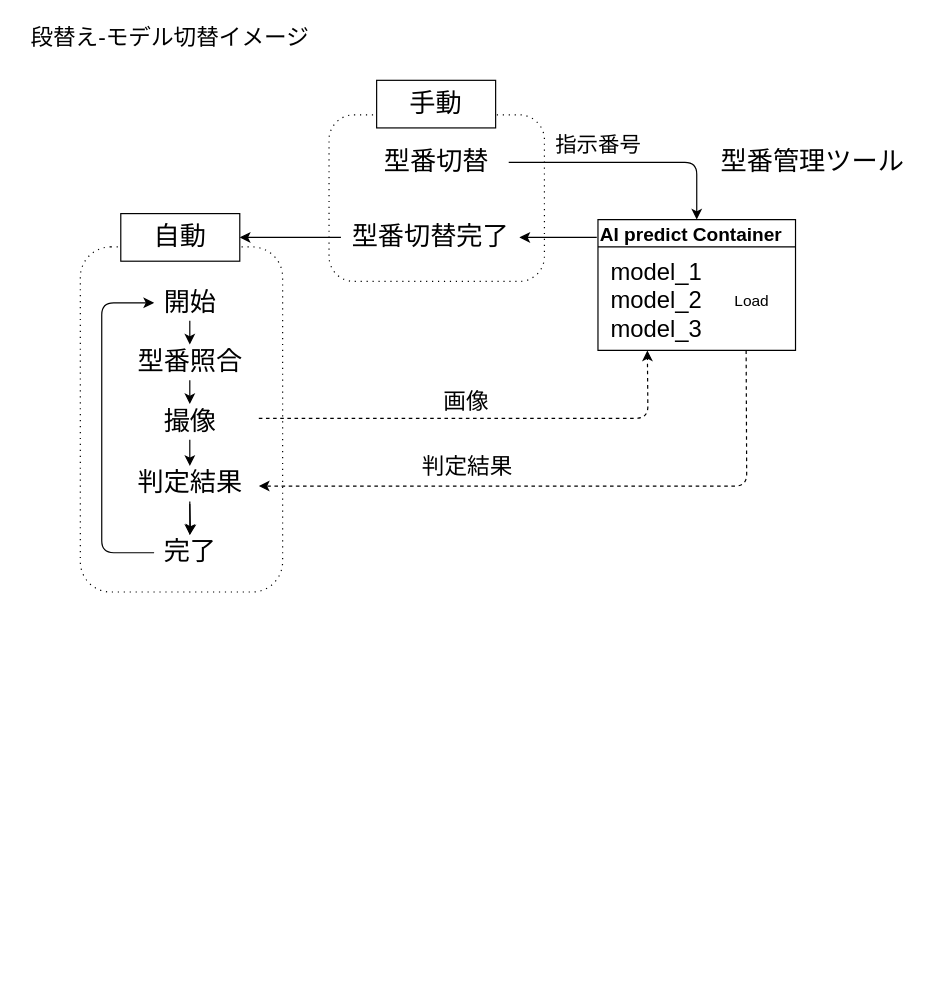
Before: images/PLC_writeイメージ.drawio in Flamingo-G/hello-world, a draw.io diagram. Source tidied: cells renumbered, new cells numbered last; positions are measured from the earlier drawing's top-left corner, leaving out a move shared by most shapes. Both pictures are drawn from the tidied source at 119%, with x=0, y=0 at pixel (20, 20).
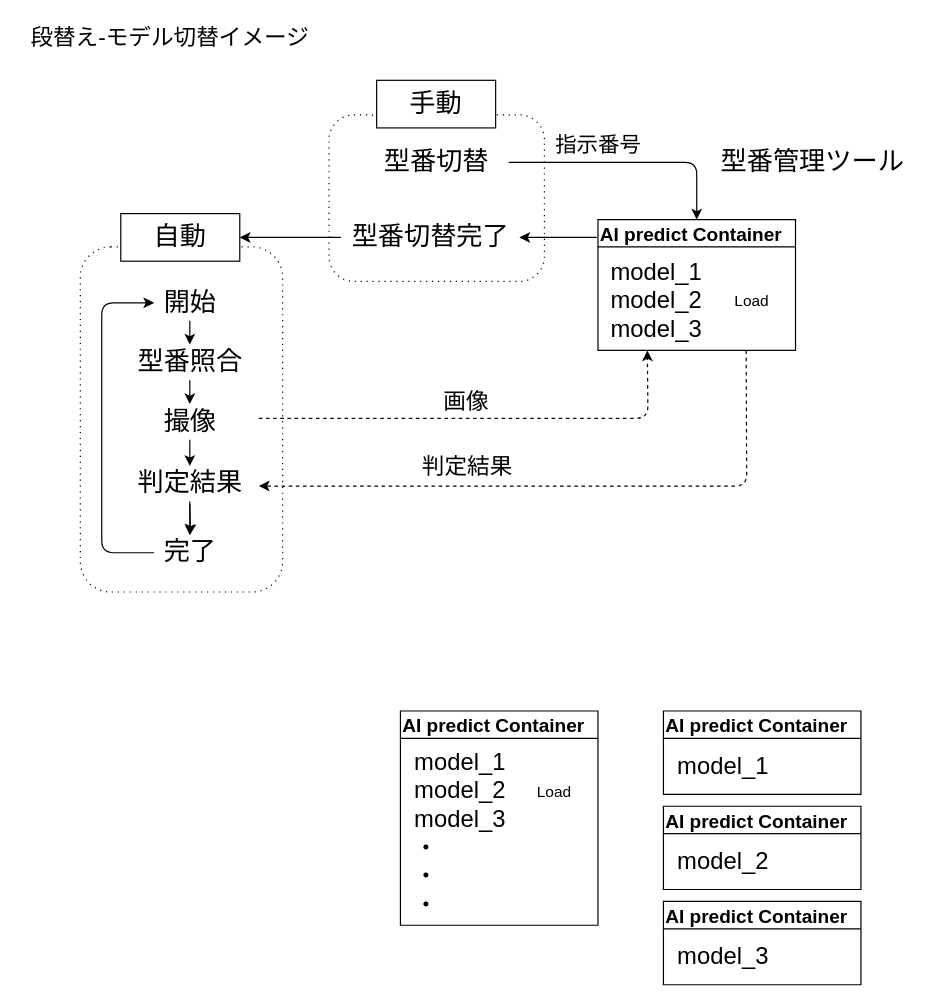
Above is the later version.

Commit message:
PLC_writeイメージ.drawio を更新します

What changed in the source:
```diff
@@
+    <mxCell id="32" value="AI predict Container" style="swimlane;fontSize=16;align=left;" parent="1" vertex="1">
+      <mxGeometry x="319" y="580" width="166" height="180" as="geometry" />
+    </mxCell>
+    <mxCell id="33" value="model_1&lt;br style=&quot;font-size: 20px&quot;&gt;model_2&lt;br style=&quot;font-size: 20px&quot;&gt;model_3&lt;br&gt;・&lt;br&gt;・&lt;br&gt;・" style="text;html=1;align=left;verticalAlign=middle;strokeColor=none;fontSize=20;" parent="32" vertex="1">
+      <mxGeometry x="10" y="27" width="90" height="150" as="geometry" />
+    </mxCell>
+    <mxCell id="34" value="Load" style="text;html=1;align=center;verticalAlign=middle;strokeColor=none;fontSize=13;" parent="32" vertex="1">
+      <mxGeometry x="109" y="58" width="40" height="20" as="geometry" />
+    </mxCell>
+    <mxCell id="35" value="AI predict Container" style="swimlane;fontSize=16;align=left;" parent="1" vertex="1">
+      <mxGeometry x="540" y="660" width="166" height="70" as="geometry" />
+    </mxCell>
+    <mxCell id="36" value="model_2" style="text;html=1;align=left;verticalAlign=middle;strokeColor=none;fontSize=20;" parent="35" vertex="1">
+      <mxGeometry x="10" y="30" width="90" height="30" as="geometry" />
+    </mxCell>
+    <mxCell id="37" value="AI predict Container" style="swimlane;fontSize=16;align=left;" parent="1" vertex="1">
+      <mxGeometry x="540" y="580" width="166" height="70" as="geometry" />
+    </mxCell>
+    <mxCell id="38" value="model_1" style="text;html=1;align=left;verticalAlign=middle;strokeColor=none;fontSize=20;" parent="37" vertex="1">
+      <mxGeometry x="10" y="30" width="90" height="30" as="geometry" />
+    </mxCell>
+    <mxCell id="39" value="AI predict Container" style="swimlane;fontSize=16;align=left;" parent="1" vertex="1">
+      <mxGeometry x="540" y="740" width="166" height="70" as="geometry" />
+    </mxCell>
+    <mxCell id="40" value="model_3" style="text;html=1;align=left;verticalAlign=middle;strokeColor=none;fontSize=20;" parent="39" vertex="1">
+      <mxGeometry x="10" y="30" width="90" height="30" as="geometry" />
+    </mxCell>
```
